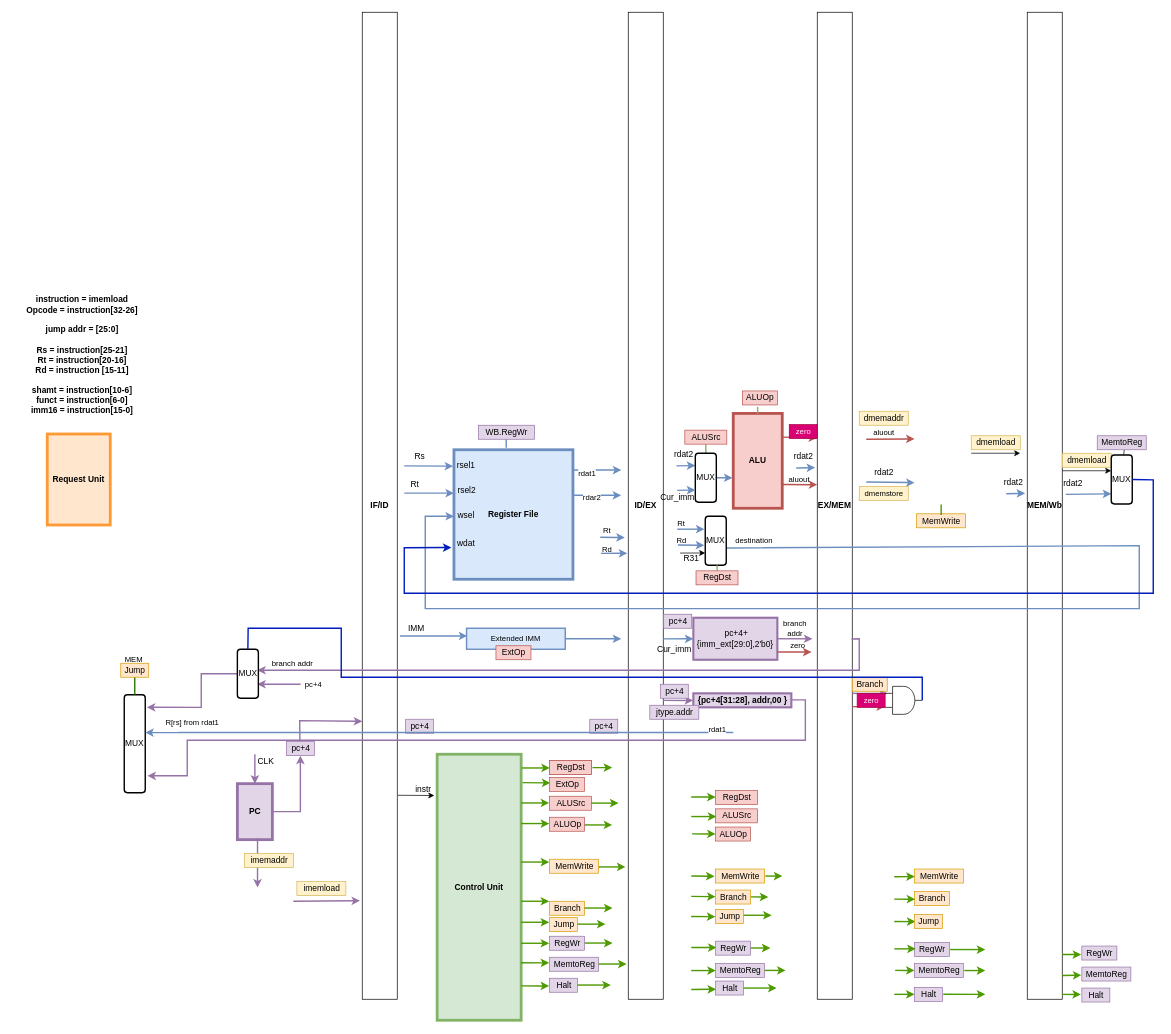
Before: pipeline.drawio in vickyfyq/ece437, a draw.io diagram. Source tidied: cells renumbered, new cells numbered last; positions are measured from the earlier drawing's top-left corner, leaving out a move shared by most shapes. Both pictures are drawn from the tidied source at 70%, with x=0, y=0 at pixel (12, 12).
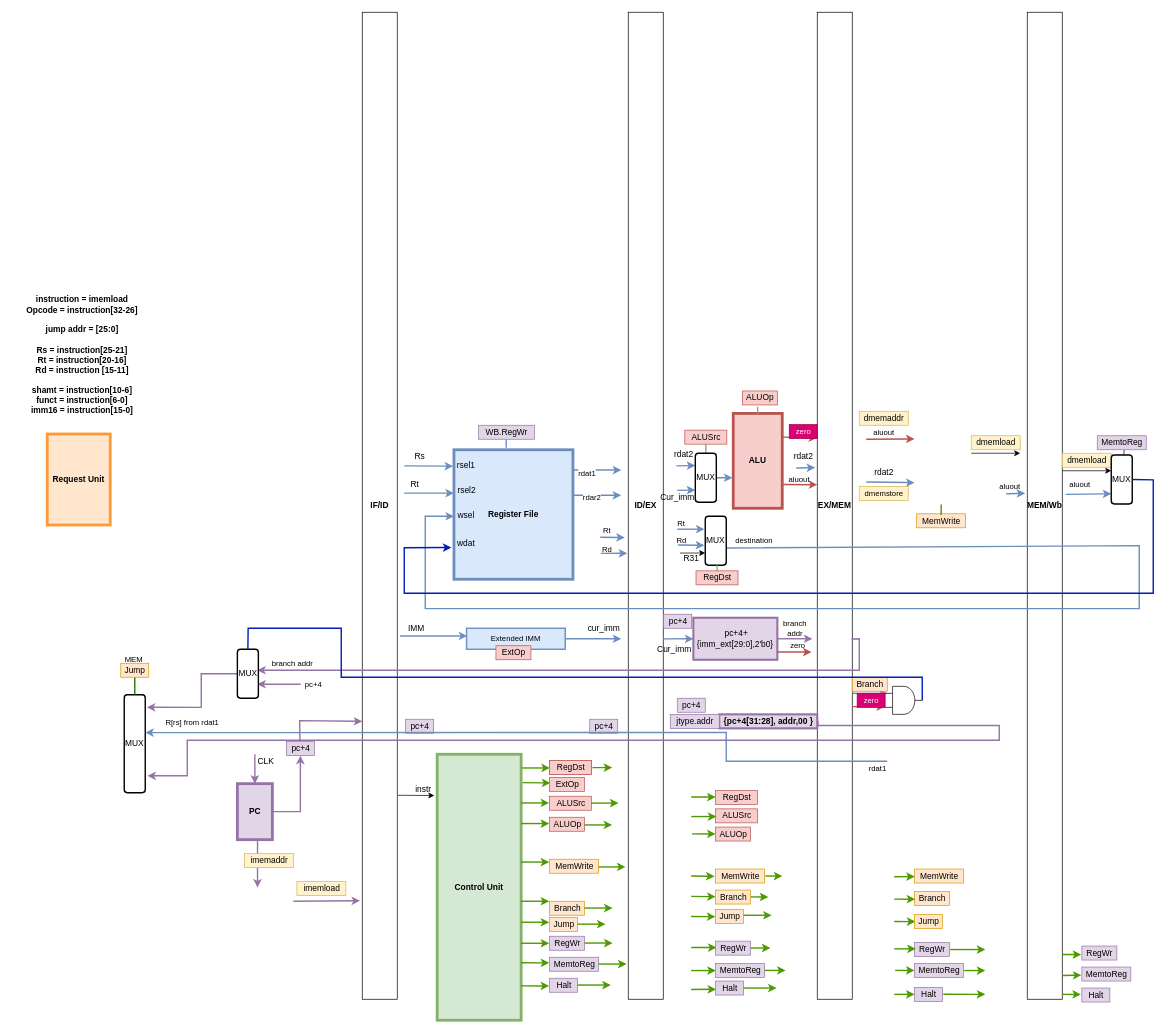
After the change.

The change refers to these unchanged cells:
```xml
<mxCell id="190" value="MUX" style="rounded=1;whiteSpace=wrap;html=1;strokeWidth=2;" parent="1" vertex="1">
  <mxGeometry x="160" y="975" width="30" height="140" as="geometry" />
</mxCell>
```

What changed in the source:
```diff
@@
-    <mxCell id="156" value="rdat2" style="text;html=1;align=center;verticalAlign=middle;strokeColor=none;fillColor=none;fontColor=#000000;" parent="1" vertex="1">
-      <mxGeometry x="1410" y="661.8" width="40" height="20" as="geometry" />
-    </mxCell>
@@
-    <mxCell id="158" value="rdat2" style="text;html=1;align=center;verticalAlign=middle;strokeColor=none;fillColor=none;fontColor=#000000;" parent="1" vertex="1">
-      <mxGeometry x="1495" y="662.8" width="40" height="20" as="geometry" />
-    </mxCell>
@@
     <mxCell id="194" style="edgeStyle=orthogonalEdgeStyle;shape=connector;rounded=0;jettySize=auto;html=1;labelBackgroundColor=default;fontFamily=Helvetica;fontSize=11;fontColor=#000000;endArrow=classic;strokeColor=#9673a6;strokeWidth=2;fillColor=#e1d5e7;entryX=1.104;entryY=0.827;entryDx=0;entryDy=0;entryPerimeter=0;exitX=1.007;exitY=0.467;exitDx=0;exitDy=0;exitPerimeter=0;" parent="1" edge="1" source="195" target="190">
       <mxGeometry relative="1" as="geometry">
         <Array as="points">
-          <mxPoint x="1133" y="982" />
-          <mxPoint x="1133" y="1040" />
+          <mxPoint x="1151" y="1019" />
+          <mxPoint x="1410" y="1019" />
+          <mxPoint x="1410" y="1040" />
           <mxPoint x="250" y="1040" />
           <mxPoint x="250" y="1091" />
         </Array>
       </mxGeometry>
     </mxCell>
     <mxCell id="195" value="{pc+4[31:28], addr,00 }" style="text;html=1;align=center;verticalAlign=middle;points=[];strokeColor=#9673a6;fillColor=#e1d5e7;fontColor=default;fontStyle=1;strokeWidth=3;" parent="1" vertex="1">
-      <mxGeometry x="973" y="973" width="140" height="20" as="geometry" />
+      <mxGeometry x="1010" y="1003" width="140" height="20" as="geometry" />
     </mxCell>
     <mxCell id="196" style="endArrow=classic;html=1;rounded=0;labelBackgroundColor=default;fontFamily=Helvetica;fontSize=11;fontColor=#000000;strokeColor=#6c8ebf;strokeWidth=2;fillColor=#dae8fc;shape=connector;entryX=-0.133;entryY=0.189;entryDx=0;entryDy=0;entryPerimeter=0;" parent="1" edge="1">
       <mxGeometry relative="1" as="geometry">
-        <mxPoint x="237.4" y="1029" as="sourcePoint" />
+        <mxPoint x="1250" y="1070" as="sourcePoint" />
         <mxPoint x="190" y="1029.1" as="targetPoint" />
         <Array as="points">
-          <mxPoint x="1030" y="1029" />
+          <mxPoint x="1020" y="1070" />
+          <mxPoint x="1020" y="1029" />
           <mxPoint x="930" y="1029" />
         </Array>
       </mxGeometry>
     </mxCell>
     <mxCell id="197" value="rdat1" style="edgeLabel;html=1;align=center;verticalAlign=middle;fontSize=11;fontFamily=Helvetica;fontColor=#000000;" parent="196" vertex="1">
-      <mxGeometry y="-5" relative="1" as="geometry" />
+      <mxGeometry y="-5" relative="1" as="geometry">
+        <mxPoint x="496" y="55" as="offset" />
+      </mxGeometry>
     </mxCell>
@@
-    <mxCell id="199" style="endArrow=classic;html=1;rounded=0;labelBackgroundColor=default;fontFamily=Helvetica;fontSize=11;fontColor=#000000;strokeColor=#9673a6;strokeWidth=2;fillColor=#e1d5e7;shape=connector;entryX=-0.002;entryY=0.511;entryDx=0;entryDy=0;entryPerimeter=0;" parent="1" edge="1" target="195">
-      <mxGeometry relative="1" as="geometry">
-        <mxPoint x="930" y="983" as="sourcePoint" />
-      </mxGeometry>
-    </mxCell>
     <mxCell id="200" value="pc+4" style="text;html=1;align=center;verticalAlign=middle;strokeColor=#9673a6;fillColor=#e1d5e7;" parent="1" vertex="1">
-      <mxGeometry x="925.8" y="960" width="40" height="20" as="geometry" />
+      <mxGeometry x="950" y="980" width="40" height="20" as="geometry" />
     </mxCell>
     <mxCell id="201" value="jtype.addr" style="text;html=1;align=center;verticalAlign=middle;strokeColor=#9673a6;fillColor=#e1d5e7;" parent="1" vertex="1">
-      <mxGeometry x="910.8" y="990" width="70" height="20" as="geometry" />
+      <mxGeometry x="940" y="1003" width="70" height="20" as="geometry" />
     </mxCell>
+    <mxCell id="202" value="aluout" style="text;html=1;align=center;verticalAlign=middle;strokeColor=none;fillColor=none;fontSize=11;fontFamily=Helvetica;fontColor=default;" parent="1" vertex="1">
+      <mxGeometry x="1400" y="667" width="50" height="20" as="geometry" />
+    </mxCell>
+    <mxCell id="203" value="aluout" style="text;html=1;align=center;verticalAlign=middle;strokeColor=none;fillColor=none;fontSize=11;fontFamily=Helvetica;fontColor=default;" parent="1" vertex="1">
+      <mxGeometry x="1500" y="665" width="50" height="20" as="geometry" />
+    </mxCell>
+    <mxCell id="204" value="cur_imm" style="text;html=1;align=center;verticalAlign=middle;strokeColor=none;fillColor=none;" parent="1" vertex="1">
+      <mxGeometry x="815" y="870" width="60" height="20" as="geometry" />
+    </mxCell>
```
